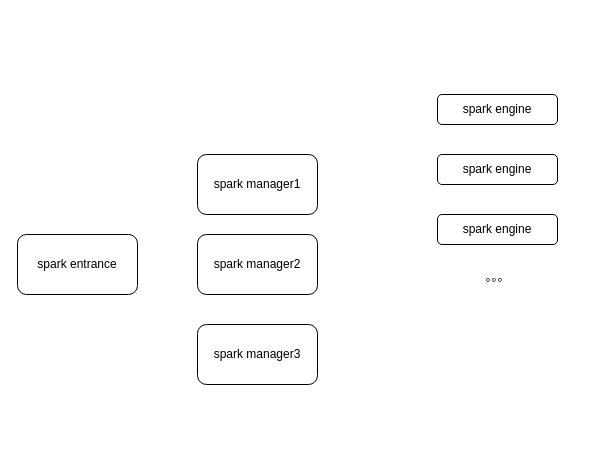
Before: linkis-spark-任务.drawio in david-gao1/diagrams, a draw.io diagram. Source tidied: cells renumbered, new cells numbered last; positions are measured from the earlier drawing's top-left corner, leaving out a move shared by most shapes. Both pictures are drawn from the tidied source at 100%, with x=0, y=0 at pixel (17, 94).
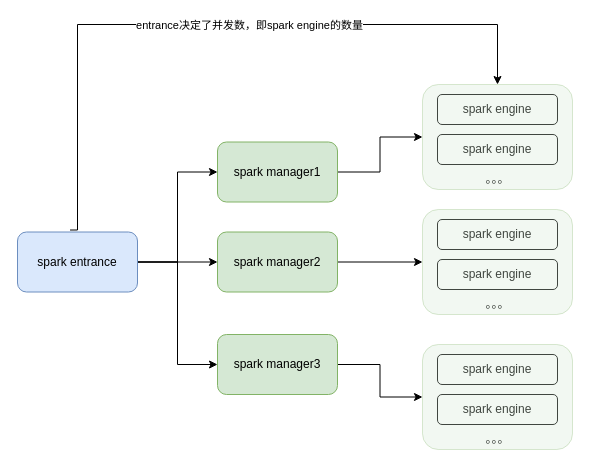
The same page after the edit.

What changed in the source:
```diff
@@
+    <mxCell id="10" style="edgeStyle=orthogonalEdgeStyle;rounded=0;jettySize=auto;html=1;exitX=0.438;exitY=-0.033;exitDx=0;exitDy=0;exitPerimeter=0;entryX=0.5;entryY=0;entryDx=0;entryDy=0;" parent="1" edge="1" source="2" target="18">
+      <mxGeometry relative="1" as="geometry">
+        <Array as="points">
+          <mxPoint x="60" y="136" />
+          <mxPoint x="60" y="-70" />
+          <mxPoint x="480" y="-70" />
+        </Array>
+      </mxGeometry>
+    </mxCell>
+    <mxCell id="11" value="entrance决定了并发数，即spark engine的数量" style="edgeLabel;html=1;align=center;verticalAlign=middle;" parent="10" vertex="1">
+      <mxGeometry x="-0.32" y="-2" relative="1" as="geometry">
+        <mxPoint x="148" y="-2" as="offset" />
+      </mxGeometry>
+    </mxCell>
+    <mxCell id="12" style="edgeStyle=orthogonalEdgeStyle;rounded=0;jettySize=auto;html=1;entryX=0;entryY=0.5;entryDx=0;entryDy=0;" parent="1" edge="1" source="2" target="3">
+      <mxGeometry relative="1" as="geometry" />
+    </mxCell>
+    <mxCell id="13" style="edgeStyle=orthogonalEdgeStyle;rounded=0;jettySize=auto;html=1;entryX=0;entryY=0.5;entryDx=0;entryDy=0;" parent="1" edge="1" source="2" target="4">
+      <mxGeometry relative="1" as="geometry" />
+    </mxCell>
+    <mxCell id="14" style="edgeStyle=orthogonalEdgeStyle;rounded=0;jettySize=auto;html=1;entryX=0;entryY=0.5;entryDx=0;entryDy=0;" parent="1" edge="1" source="2" target="5">
+      <mxGeometry relative="1" as="geometry" />
+    </mxCell>
-    <mxCell id="2" value="spark entrance" style="rounded=1;whiteSpace=wrap;html=1;" parent="1" vertex="1">
-      <mxGeometry y="140" width="120" height="60" as="geometry" />
+    <mxCell id="2" value="spark entrance" style="rounded=1;whiteSpace=wrap;html=1;fillColor=#dae8fc;strokeColor=#6c8ebf;" parent="1" vertex="1">
+      <mxGeometry y="137.5" width="120" height="60" as="geometry" />
     </mxCell>
+    <mxCell id="15" style="edgeStyle=orthogonalEdgeStyle;rounded=0;jettySize=auto;html=1;" parent="1" edge="1" source="3" target="18">
+      <mxGeometry relative="1" as="geometry" />
+    </mxCell>
-    <mxCell id="3" value="spark manager1" style="rounded=1;whiteSpace=wrap;html=1;" parent="1" vertex="1">
-      <mxGeometry x="180" y="60" width="120" height="60" as="geometry" />
+    <mxCell id="3" value="spark manager1" style="rounded=1;whiteSpace=wrap;html=1;fillColor=#d5e8d4;strokeColor=#82b366;" parent="1" vertex="1">
+      <mxGeometry x="200" y="47.5" width="120" height="60" as="geometry" />
     </mxCell>
+    <mxCell id="16" style="edgeStyle=orthogonalEdgeStyle;rounded=0;jettySize=auto;html=1;" parent="1" edge="1" source="4" target="22">
+      <mxGeometry relative="1" as="geometry" />
+    </mxCell>
-    <mxCell id="4" value="spark manager2" style="rounded=1;whiteSpace=wrap;html=1;" parent="1" vertex="1">
-      <mxGeometry x="180" y="140" width="120" height="60" as="geometry" />
+    <mxCell id="4" value="spark manager2" style="rounded=1;whiteSpace=wrap;html=1;fillColor=#d5e8d4;strokeColor=#82b366;" parent="1" vertex="1">
+      <mxGeometry x="200" y="137.5" width="120" height="60" as="geometry" />
     </mxCell>
+    <mxCell id="17" style="edgeStyle=orthogonalEdgeStyle;rounded=0;jettySize=auto;html=1;" parent="1" edge="1" source="5" target="26">
+      <mxGeometry relative="1" as="geometry" />
+    </mxCell>
-    <mxCell id="5" value="spark manager3" style="rounded=1;whiteSpace=wrap;html=1;" parent="1" vertex="1">
-      <mxGeometry x="180" y="230" width="120" height="60" as="geometry" />
+    <mxCell id="5" value="spark manager3" style="rounded=1;whiteSpace=wrap;html=1;fillColor=#d5e8d4;strokeColor=#82b366;" parent="1" vertex="1">
+      <mxGeometry x="200" y="240" width="120" height="60" as="geometry" />
     </mxCell>
@@
     <mxCell id="7" value="spark engine" style="rounded=1;whiteSpace=wrap;html=1;" parent="1" vertex="1">
-      <mxGeometry x="420" y="60" width="120" height="30" as="geometry" />
+      <mxGeometry x="420" y="40" width="120" height="30" as="geometry" />
     </mxCell>
-    <mxCell id="8" value="spark engine" style="rounded=1;whiteSpace=wrap;html=1;" parent="1" vertex="1">
-      <mxGeometry x="420" y="120" width="120" height="30" as="geometry" />
-    </mxCell>
     <mxCell id="9" value="。。。" style="text;html=1;align=center;verticalAlign=middle;strokeColor=none;fillColor=none;" parent="1" vertex="1">
-      <mxGeometry x="455" y="168" width="50" height="30" as="geometry" />
+      <mxGeometry x="455" y="70" width="50" height="30" as="geometry" />
     </mxCell>
+    <mxCell id="18" style="rounded=1;whiteSpace=wrap;html=1;fillColor=#d5e8d4;strokeColor=#82b366;opacity=30;" parent="1" vertex="1">
+      <mxGeometry x="405" y="-10" width="150" height="105" as="geometry" />
+    </mxCell>
+    <mxCell id="19" value="spark engine" style="rounded=1;whiteSpace=wrap;html=1;" parent="1" vertex="1">
+      <mxGeometry x="420" y="125" width="120" height="30" as="geometry" />
+    </mxCell>
+    <mxCell id="20" value="spark engine" style="rounded=1;whiteSpace=wrap;html=1;" parent="1" vertex="1">
+      <mxGeometry x="420" y="165" width="120" height="30" as="geometry" />
+    </mxCell>
+    <mxCell id="21" value="。。。" style="text;html=1;align=center;verticalAlign=middle;strokeColor=none;fillColor=none;" parent="1" vertex="1">
+      <mxGeometry x="455" y="195" width="50" height="30" as="geometry" />
+    </mxCell>
+    <mxCell id="22" style="rounded=1;whiteSpace=wrap;html=1;fillColor=#d5e8d4;strokeColor=#82b366;opacity=30;" parent="1" vertex="1">
+      <mxGeometry x="405" y="115" width="150" height="105" as="geometry" />
+    </mxCell>
+    <mxCell id="23" value="spark engine" style="rounded=1;whiteSpace=wrap;html=1;" parent="1" vertex="1">
+      <mxGeometry x="420" y="260" width="120" height="30" as="geometry" />
+    </mxCell>
+    <mxCell id="24" value="spark engine" style="rounded=1;whiteSpace=wrap;html=1;" parent="1" vertex="1">
+      <mxGeometry x="420" y="300" width="120" height="30" as="geometry" />
+    </mxCell>
+    <mxCell id="25" value="。。。" style="text;html=1;align=center;verticalAlign=middle;strokeColor=none;fillColor=none;" parent="1" vertex="1">
+      <mxGeometry x="455" y="330" width="50" height="30" as="geometry" />
+    </mxCell>
+    <mxCell id="26" style="rounded=1;whiteSpace=wrap;html=1;fillColor=#d5e8d4;strokeColor=#82b366;opacity=30;" parent="1" vertex="1">
+      <mxGeometry x="405" y="250" width="150" height="105" as="geometry" />
+    </mxCell>
```
